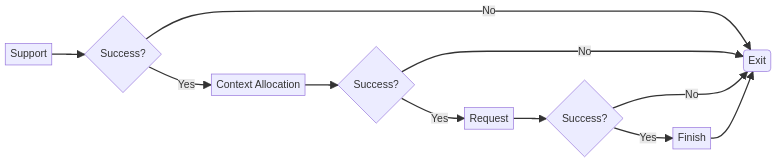
Above: docs/integration-guide/mermaid/overall-lifecycle.png in amd/aocl-crypto (Mermaid), before the change. Its source is kept beside it as docs/integration-guide/mermaid/overall-lifecycle.mmd. Its diagram source:
```mermaid
flowchart LR
    S[Support]
    X{Success?}
    C[Context Allocation]
    Y{Success?}
    R[Request]
    Z{Success?}
    F[Finish]
    E(Exit)
    S --> X
    X --> |Yes| C
    X --> |No| E
    C --> Y
    Y --> |Yes| R
    Y --> |No| E
    R --> Z
    Z --> |Yes| F
    Z --> |No| E
    F --> E
```
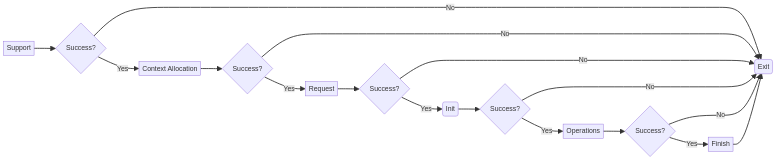
The same diagram one commit later.

The edit, as a diff of the source:
```diff
@@ -7,13 +7,23 @@
     Z{Success?}
     F[Finish]
     E(Exit)
+    J[Operations]
+    I(Init)
+    W{Success?}
+    V{Success?}
     S --> X
     X --> |Yes| C
     X --> |No| E
     C --> Y
     Y --> |Yes| R
     Y --> |No| E
-    R --> Z
+    R --> W
+    W --> |Yes| I
+    W --> |No| E
+    I --> V
+    V --> |Yes| J
+    V --> |No| E
+    J--> Z
     Z --> |Yes| F
     Z --> |No| E
     F --> E
```
